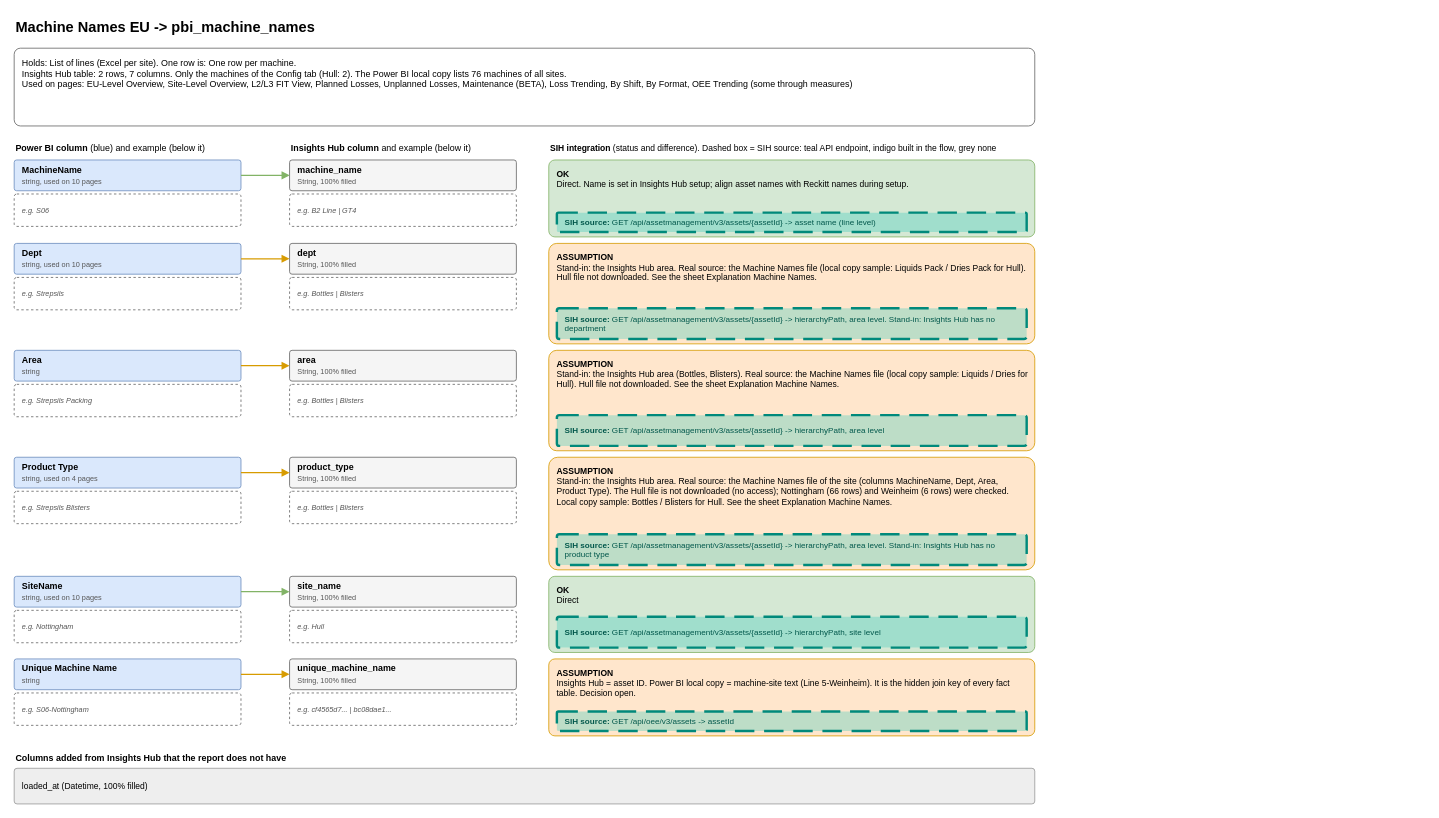
AbiyyuMufti/SIH-IBMX-R keeps this draw.io diagram as page "1 Machine Names EU" (2 of 17) of diagrams/powerbi-data-map.drawio. Above is the earlier version. Source tidied: cells renumbered, new cells numbered last; positions are measured from the earlier drawing's top-left corner, leaving out a move shared by most shapes. Both pictures are drawn from the tidied source at 81%, with x=0, y=0 at pixel (14, 14).
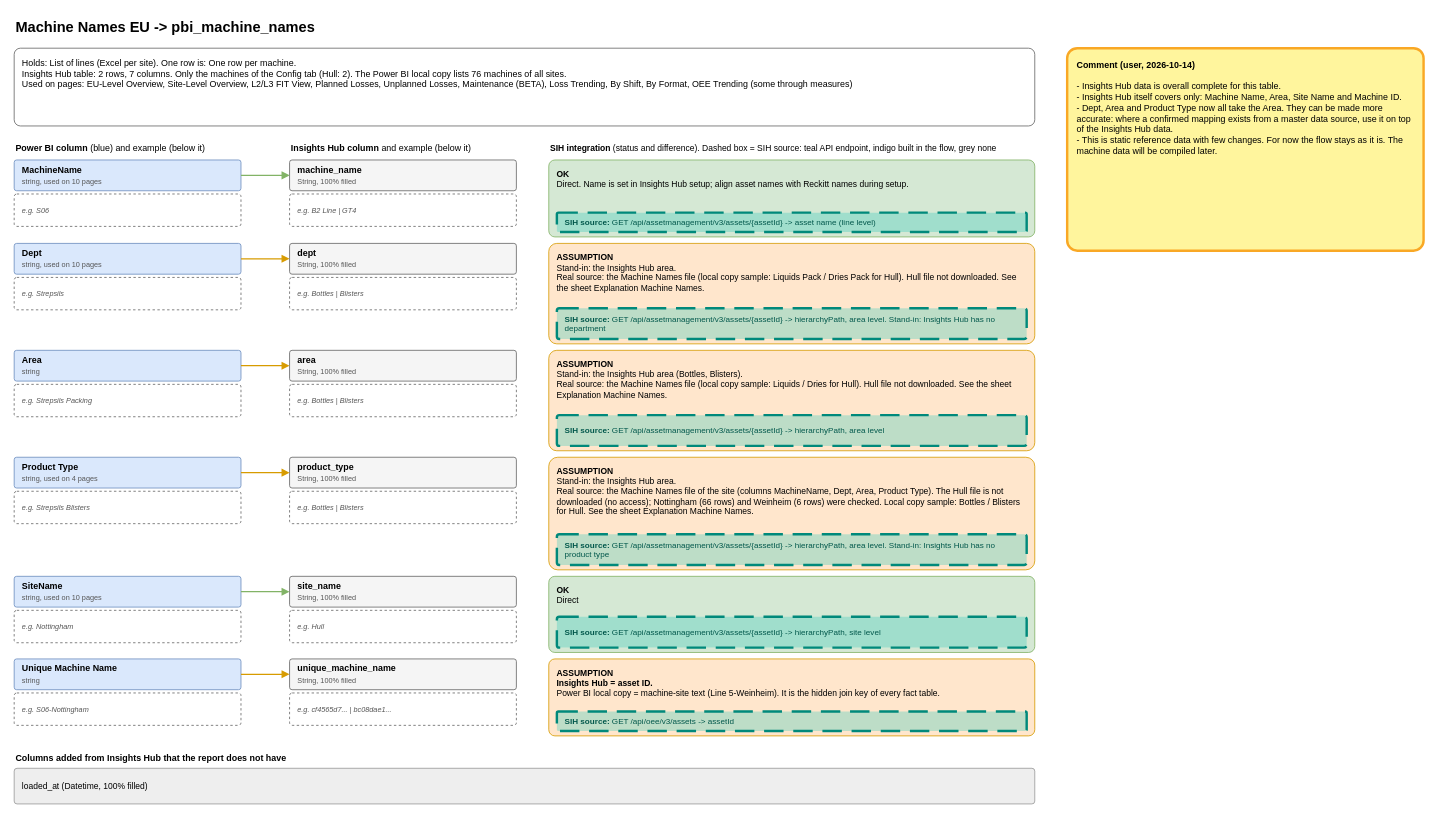
The same page after the edit.

Commit message (it also covers changes not shown here):
Diagram: plan sheet (3 options for the missing data), priority panel on the overview; hand-edited file kept

Change to the diagram source:
```diff
@@
-    <mxCell id="19" value="&lt;b&gt;ASSUMPTION&lt;/b&gt;&lt;br&gt;Stand-in: the Insights Hub area. Real source: the Machine Names file (local copy sample: Liquids Pack / Dries Pack for Hull). Hull file not downloaded. See the sheet Explanation Machine Names." style="rounded=1;whiteSpace=wrap;html=1;align=left;verticalAlign=middle;spacingLeft=8;spacingRight=6;spacingTop=2;spacingBottom=2;fontSize=11;arcSize=8;fillColor=#ffe6cc;strokeColor=#d79b00;verticalAlign=top;spacingTop=4;fontSize=10.5;" parent="1" vertex="1">
+    <mxCell id="19" value="&lt;b&gt;ASSUMPTION&lt;/b&gt;&lt;br&gt;Stand-in: the Insights Hub area.&amp;nbsp;&lt;div&gt;Real source: the Machine Names file (local copy sample: Liquids Pack / Dries Pack for Hull). Hull file not downloaded. See the sheet Explanation Machine Names.&lt;/div&gt;" style="rounded=1;whiteSpace=wrap;html=1;align=left;verticalAlign=middle;spacingLeft=8;spacingRight=6;spacingTop=2;spacingBottom=2;fontSize=11;arcSize=8;fillColor=#ffe6cc;strokeColor=#d79b00;verticalAlign=top;spacingTop=4;fontSize=10.5;" parent="1" vertex="1">
       <mxGeometry x="660" y="283" width="600" height="124" as="geometry" />
     </mxCell>
@@
-    <mxCell id="26" value="&lt;b&gt;ASSUMPTION&lt;/b&gt;&lt;br&gt;Stand-in: the Insights Hub area (Bottles, Blisters). Real source: the Machine Names file (local copy sample: Liquids / Dries for Hull). Hull file not downloaded. See the sheet Explanation Machine Names." style="rounded=1;whiteSpace=wrap;html=1;align=left;verticalAlign=middle;spacingLeft=8;spacingRight=6;spacingTop=2;spacingBottom=2;fontSize=11;arcSize=8;fillColor=#ffe6cc;strokeColor=#d79b00;verticalAlign=top;spacingTop=4;fontSize=10.5;" parent="1" vertex="1">
+    <mxCell id="26" value="&lt;b&gt;ASSUMPTION&lt;/b&gt;&lt;br&gt;Stand-in: the Insights Hub area (Bottles, Blisters).&amp;nbsp;&lt;div&gt;Real source: the Machine Names file (local copy sample: Liquids / Dries for Hull). Hull file not downloaded. See the sheet Explanation Machine Names.&lt;/div&gt;" style="rounded=1;whiteSpace=wrap;html=1;align=left;verticalAlign=middle;spacingLeft=8;spacingRight=6;spacingTop=2;spacingBottom=2;fontSize=11;arcSize=8;fillColor=#ffe6cc;strokeColor=#d79b00;verticalAlign=top;spacingTop=4;fontSize=10.5;" parent="1" vertex="1">
       <mxGeometry x="660" y="415" width="600" height="124" as="geometry" />
     </mxCell>
@@
-    <mxCell id="33" value="&lt;b&gt;ASSUMPTION&lt;/b&gt;&lt;br&gt;Stand-in: the Insights Hub area. Real source: the Machine Names file of the site (columns MachineName, Dept, Area, Product Type). The Hull file is not downloaded (no access); Nottingham (66 rows) and Weinheim (6 rows) were checked. Local copy sample: Bottles / Blisters for Hull. See the sheet Explanation Machine Names." style="rounded=1;whiteSpace=wrap;html=1;align=left;verticalAlign=middle;spacingLeft=8;spacingRight=6;spacingTop=2;spacingBottom=2;fontSize=11;arcSize=8;fillColor=#ffe6cc;strokeColor=#d79b00;verticalAlign=top;spacingTop=4;fontSize=10.5;" parent="1" vertex="1">
+    <mxCell id="33" value="&lt;b&gt;ASSUMPTION&lt;/b&gt;&lt;br&gt;Stand-in: the Insights Hub area.&amp;nbsp;&lt;div&gt;Real source: the Machine Names file of the site (columns MachineName, Dept, Area, Product Type). The Hull file is not downloaded (no access); Nottingham (66 rows) and Weinheim (6 rows) were checked. Local copy sample: Bottles / Blisters for Hull. See the sheet Explanation Machine Names.&lt;/div&gt;" style="rounded=1;whiteSpace=wrap;html=1;align=left;verticalAlign=middle;spacingLeft=8;spacingRight=6;spacingTop=2;spacingBottom=2;fontSize=11;arcSize=8;fillColor=#ffe6cc;strokeColor=#d79b00;verticalAlign=top;spacingTop=4;fontSize=10.5;" parent="1" vertex="1">
       <mxGeometry x="660" y="547" width="600" height="139" as="geometry" />
     </mxCell>
@@
-    <mxCell id="47" value="&lt;b&gt;ASSUMPTION&lt;/b&gt;&lt;br&gt;Insights Hub = asset ID. Power BI local copy = machine-site text (Line 5-Weinheim). It is the hidden join key of every fact table. Decision open." style="rounded=1;whiteSpace=wrap;html=1;align=left;verticalAlign=middle;spacingLeft=8;spacingRight=6;spacingTop=2;spacingBottom=2;fontSize=11;arcSize=8;fillColor=#ffe6cc;strokeColor=#d79b00;verticalAlign=top;spacingTop=4;fontSize=10.5;" parent="1" vertex="1">
+    <mxCell id="47" value="&lt;b&gt;ASSUMPTION&lt;/b&gt;&lt;br&gt;&lt;b&gt;Insights Hub = asset ID.&lt;/b&gt;&amp;nbsp;&lt;div&gt;Power BI local copy = machine-site text (Line 5-Weinheim). It is the hidden join key of every fact table.&lt;/div&gt;" style="rounded=1;whiteSpace=wrap;html=1;align=left;verticalAlign=middle;spacingLeft=8;spacingRight=6;spacingTop=2;spacingBottom=2;fontSize=11;arcSize=8;fillColor=#ffe6cc;strokeColor=#d79b00;verticalAlign=top;spacingTop=4;fontSize=10.5;" parent="1" vertex="1">
       <mxGeometry x="660" y="796" width="600" height="95" as="geometry" />
     </mxCell>
@@
+    <mxCell id="51" value="&lt;b&gt;Comment (user, 2026-10-14)&lt;/b&gt;&lt;br&gt;&lt;br&gt;- Insights Hub data is overall complete for this table.&lt;br&gt;- Insights Hub itself covers only: Machine Name, Area, Site Name and Machine ID.&lt;br&gt;- Dept, Area and Product Type now all take the Area. They can be made more accurate: where a confirmed mapping exists from a master data source, use it on top of the Insights Hub data.&lt;br&gt;- This is static reference data with few changes. For now the flow stays as it is. The machine data will be compiled later." style="rounded=1;whiteSpace=wrap;html=1;align=left;verticalAlign=top;spacingLeft=10;spacingRight=10;spacingTop=8;fontSize=11;arcSize=5;fillColor=#FFF59D;strokeColor=#F9A825;strokeWidth=3;" parent="1" vertex="1">
+      <mxGeometry x="1300" y="42" width="440" height="250" as="geometry" />
+    </mxCell>
```
